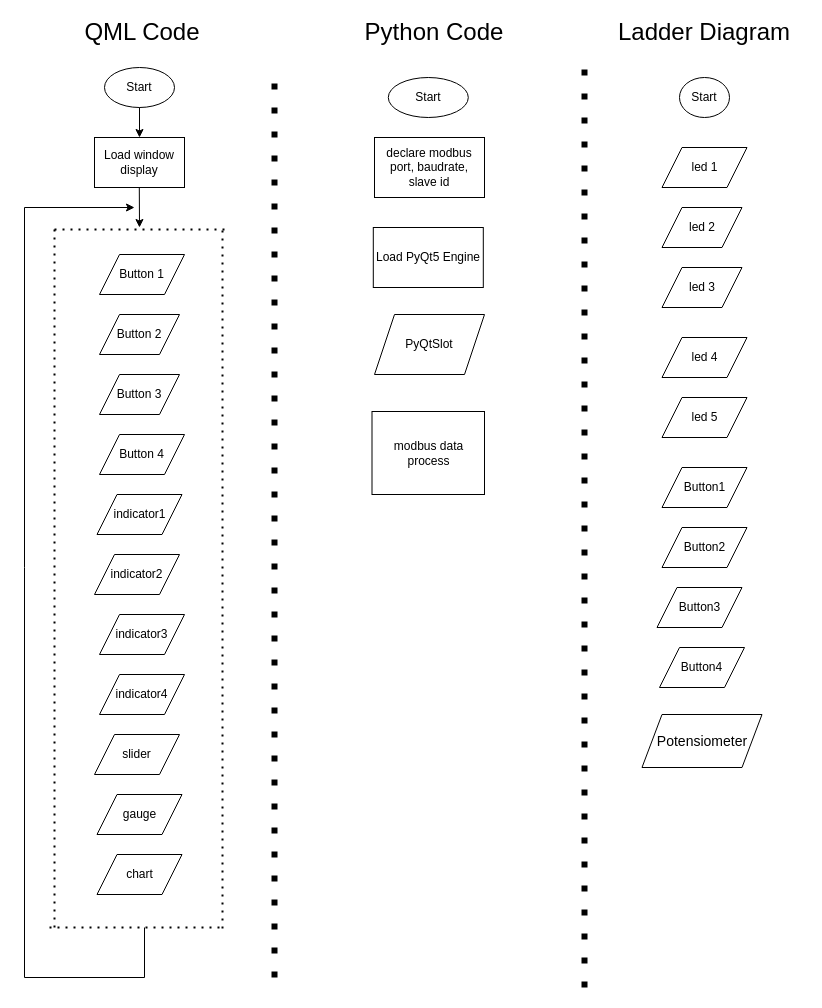
The draw.io diagram Untitled Diagram.drawio in muhammadhusni777/WORKSHOP-MINI-SCADA-PENS, before the edit. Source tidied: cells renumbered, new cells numbered last; positions are measured from the earlier drawing's top-left corner, leaving out a move shared by most shapes. Both pictures are drawn from the tidied source at 100%, with x=0, y=0 at pixel (24, 17).
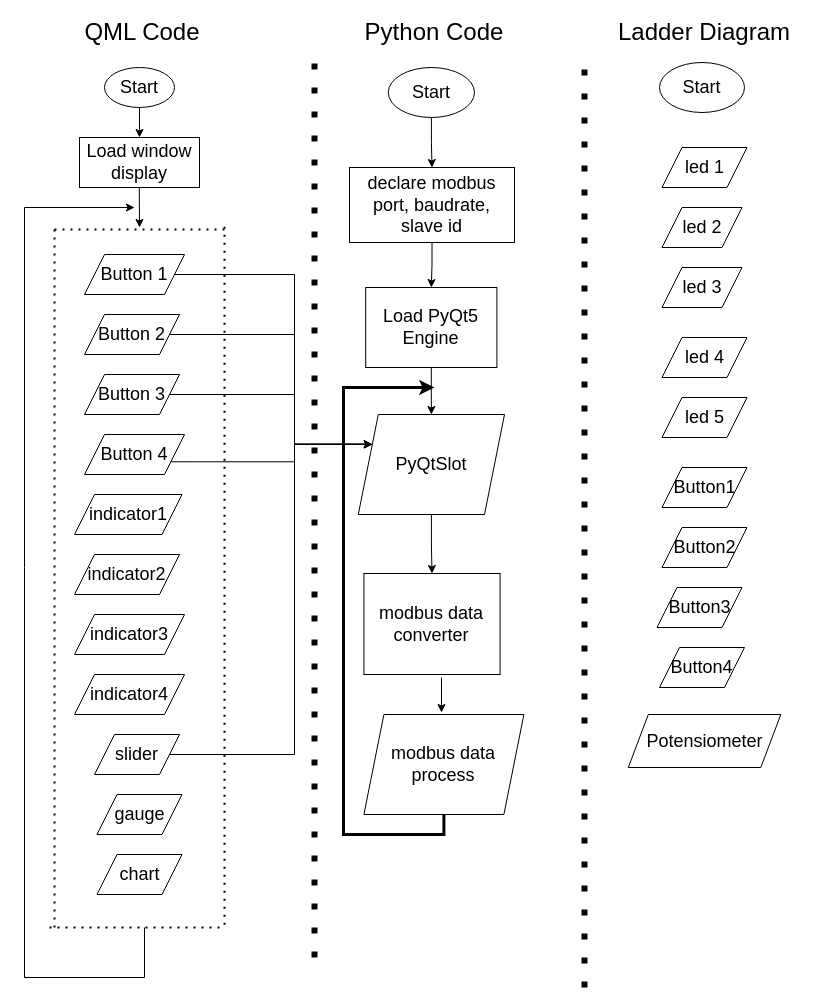
Above is the later version.

The edit, as a diff of the source:
```diff
@@
     <mxCell id="2" style="endArrow=none;dashed=1;html=1;dashPattern=1 3;strokeWidth=6;rounded=0;" parent="1" edge="1">
       <mxGeometry relative="1" as="geometry">
-        <mxPoint x="250" y="960" as="sourcePoint" />
-        <mxPoint x="250" y="50" as="targetPoint" />
+        <mxPoint x="290" y="940" as="sourcePoint" />
+        <mxPoint x="290" y="30" as="targetPoint" />
       </mxGeometry>
     </mxCell>
@@
-    <mxCell id="7" value="Start" style="ellipse;whiteSpace=wrap;html=1;" parent="1" vertex="1">
+    <mxCell id="7" value="&lt;font style=&quot;font-size: 18px;&quot;&gt;Start&lt;/font&gt;" style="ellipse;whiteSpace=wrap;html=1;" parent="1" vertex="1">
       <mxGeometry x="80" y="50" width="70" height="40" as="geometry" />
     </mxCell>
+    <mxCell id="43" style="edgeStyle=orthogonalEdgeStyle;rounded=0;jettySize=auto;html=1;exitX=0.5;exitY=1;exitDx=0;exitDy=0;entryX=0.5;entryY=0;entryDx=0;entryDy=0;" parent="1" edge="1" source="8" target="13">
+      <mxGeometry relative="1" as="geometry" />
+    </mxCell>
-    <mxCell id="8" value="Start" style="ellipse;whiteSpace=wrap;html=1;" parent="1" vertex="1">
-      <mxGeometry x="363.8" y="60" width="80" height="40" as="geometry" />
+    <mxCell id="8" value="&lt;font style=&quot;font-size: 18px;&quot;&gt;Start&lt;/font&gt;" style="ellipse;whiteSpace=wrap;html=1;" parent="1" vertex="1">
+      <mxGeometry x="363.8" y="50" width="86.2" height="50" as="geometry" />
     </mxCell>
-    <mxCell id="9" value="Start" style="ellipse;whiteSpace=wrap;html=1;" parent="1" vertex="1">
-      <mxGeometry x="655" y="60" width="50" height="40" as="geometry" />
+    <mxCell id="9" value="&lt;font style=&quot;font-size: 18px;&quot;&gt;Start&lt;/font&gt;" style="ellipse;whiteSpace=wrap;html=1;" parent="1" vertex="1">
+      <mxGeometry x="635" y="45" width="85" height="50" as="geometry" />
     </mxCell>
+    <mxCell id="44" style="edgeStyle=orthogonalEdgeStyle;rounded=0;jettySize=auto;html=1;exitX=0.5;exitY=1;exitDx=0;exitDy=0;" parent="1" edge="1" source="10" target="14">
+      <mxGeometry relative="1" as="geometry" />
+    </mxCell>
-    <mxCell id="10" value="Load PyQt5 Engine" style="rounded=0;whiteSpace=wrap;html=1;" parent="1" vertex="1">
-      <mxGeometry x="348.8" y="210" width="110" height="60" as="geometry" />
+    <mxCell id="10" value="&lt;font style=&quot;font-size: 18px;&quot;&gt;Load PyQt5 Engine&lt;/font&gt;" style="rounded=0;whiteSpace=wrap;html=1;" parent="1" vertex="1">
+      <mxGeometry x="341.2" y="270" width="131.2" height="80" as="geometry" />
     </mxCell>
-    <mxCell id="11" value="Load window display" style="rounded=0;whiteSpace=wrap;html=1;" parent="1" vertex="1">
-      <mxGeometry x="70" y="120" width="90" height="50" as="geometry" />
+    <mxCell id="11" value="&lt;font style=&quot;font-size: 18px;&quot;&gt;Load window display&lt;/font&gt;" style="rounded=0;whiteSpace=wrap;html=1;" parent="1" vertex="1">
+      <mxGeometry x="55" y="120" width="120" height="50" as="geometry" />
     </mxCell>
-    <mxCell id="12" value="modbus data process" style="rounded=0;whiteSpace=wrap;html=1;" parent="1" vertex="1">
-      <mxGeometry x="347.5" y="394" width="112.5" height="83" as="geometry" />
+    <mxCell id="12" value="&lt;font style=&quot;font-size: 18px;&quot;&gt;modbus data converter&lt;/font&gt;" style="rounded=0;whiteSpace=wrap;html=1;" parent="1" vertex="1">
+      <mxGeometry x="339.4" y="556" width="136.2" height="101" as="geometry" />
     </mxCell>
+    <mxCell id="45" style="edgeStyle=orthogonalEdgeStyle;rounded=0;jettySize=auto;html=1;exitX=0.5;exitY=1;exitDx=0;exitDy=0;entryX=0.5;entryY=0;entryDx=0;entryDy=0;" parent="1" edge="1" source="13" target="10">
+      <mxGeometry relative="1" as="geometry" />
+    </mxCell>
-    <mxCell id="13" value="declare modbus port, baudrate, slave id" style="rounded=0;whiteSpace=wrap;html=1;" parent="1" vertex="1">
-      <mxGeometry x="350" y="120" width="110" height="60" as="geometry" />
+    <mxCell id="13" value="&lt;font style=&quot;font-size: 18px;&quot;&gt;declare modbus port, baudrate, slave id&lt;/font&gt;" style="rounded=0;whiteSpace=wrap;html=1;" parent="1" vertex="1">
+      <mxGeometry x="325" y="150" width="165" height="75" as="geometry" />
     </mxCell>
+    <mxCell id="46" style="edgeStyle=orthogonalEdgeStyle;rounded=0;jettySize=auto;html=1;exitX=0.5;exitY=1;exitDx=0;exitDy=0;entryX=0.5;entryY=0;entryDx=0;entryDy=0;" parent="1" edge="1" source="14" target="12">
+      <mxGeometry relative="1" as="geometry" />
+    </mxCell>
-    <mxCell id="14" value="PyQtSlot" style="shape=parallelogram;perimeter=parallelogramPerimeter;whiteSpace=wrap;html=1;fixedSize=1;" parent="1" vertex="1">
-      <mxGeometry x="350" y="297" width="110" height="60" as="geometry" />
+    <mxCell id="14" value="&lt;font style=&quot;font-size: 18px;&quot;&gt;PyQtSlot&lt;/font&gt;" style="shape=parallelogram;perimeter=parallelogramPerimeter;whiteSpace=wrap;html=1;fixedSize=1;" parent="1" vertex="1">
+      <mxGeometry x="333.8" y="397" width="146.2" height="100" as="geometry" />
     </mxCell>
+    <mxCell id="47" style="edgeStyle=orthogonalEdgeStyle;rounded=0;jettySize=auto;html=1;exitX=1;exitY=0.5;exitDx=0;exitDy=0;entryX=0;entryY=0.25;entryDx=0;entryDy=0;" parent="1" edge="1" source="15" target="14">
+      <mxGeometry relative="1" as="geometry">
+        <Array as="points">
+          <mxPoint x="270" y="257" />
+          <mxPoint x="270" y="427" />
+        </Array>
+      </mxGeometry>
+    </mxCell>
-    <mxCell id="15" value="Button 1" style="shape=parallelogram;perimeter=parallelogramPerimeter;whiteSpace=wrap;html=1;fixedSize=1;" parent="1" vertex="1">
-      <mxGeometry x="75" y="237" width="85" height="40" as="geometry" />
+    <mxCell id="15" value="&lt;font style=&quot;font-size: 18px;&quot;&gt;Button 1&lt;/font&gt;" style="shape=parallelogram;perimeter=parallelogramPerimeter;whiteSpace=wrap;html=1;fixedSize=1;" parent="1" vertex="1">
+      <mxGeometry x="60" y="237" width="100" height="40" as="geometry" />
     </mxCell>
+    <mxCell id="48" style="edgeStyle=orthogonalEdgeStyle;rounded=0;jettySize=auto;html=1;exitX=1;exitY=0.5;exitDx=0;exitDy=0;entryX=0;entryY=0.25;entryDx=0;entryDy=0;" parent="1" edge="1" source="16" target="14">
+      <mxGeometry relative="1" as="geometry">
+        <Array as="points">
+          <mxPoint x="270" y="317" />
+          <mxPoint x="270" y="427" />
+        </Array>
+      </mxGeometry>
+    </mxCell>
-    <mxCell id="16" value="Button 2" style="shape=parallelogram;perimeter=parallelogramPerimeter;whiteSpace=wrap;html=1;fixedSize=1;" parent="1" vertex="1">
-      <mxGeometry x="75" y="297" width="80" height="40" as="geometry" />
+    <mxCell id="16" value="&lt;font style=&quot;font-size: 18px;&quot;&gt;Button 2&lt;/font&gt;" style="shape=parallelogram;perimeter=parallelogramPerimeter;whiteSpace=wrap;html=1;fixedSize=1;" parent="1" vertex="1">
+      <mxGeometry x="60" y="297" width="95" height="40" as="geometry" />
     </mxCell>
+    <mxCell id="49" style="edgeStyle=orthogonalEdgeStyle;rounded=0;jettySize=auto;html=1;exitX=1;exitY=0.5;exitDx=0;exitDy=0;entryX=0;entryY=0.25;entryDx=0;entryDy=0;" parent="1" edge="1" source="17" target="14">
+      <mxGeometry relative="1" as="geometry">
+        <Array as="points">
+          <mxPoint x="270" y="377" />
+          <mxPoint x="270" y="427" />
+        </Array>
+      </mxGeometry>
+    </mxCell>
-    <mxCell id="17" value="Button 3" style="shape=parallelogram;perimeter=parallelogramPerimeter;whiteSpace=wrap;html=1;fixedSize=1;" parent="1" vertex="1">
-      <mxGeometry x="75" y="357" width="80" height="40" as="geometry" />
+    <mxCell id="17" value="&lt;font style=&quot;font-size: 18px;&quot;&gt;Button 3&lt;/font&gt;" style="shape=parallelogram;perimeter=parallelogramPerimeter;whiteSpace=wrap;html=1;fixedSize=1;" parent="1" vertex="1">
+      <mxGeometry x="60" y="357" width="95" height="40" as="geometry" />
     </mxCell>
+    <mxCell id="50" style="edgeStyle=orthogonalEdgeStyle;rounded=0;jettySize=auto;html=1;exitX=1;exitY=0.75;exitDx=0;exitDy=0;entryX=0;entryY=0.25;entryDx=0;entryDy=0;" parent="1" edge="1" source="18" target="14">
+      <mxGeometry relative="1" as="geometry">
+        <Array as="points">
+          <mxPoint x="270" y="444" />
+          <mxPoint x="270" y="427" />
+        </Array>
+      </mxGeometry>
+    </mxCell>
-    <mxCell id="18" value="Button 4" style="shape=parallelogram;perimeter=parallelogramPerimeter;whiteSpace=wrap;html=1;fixedSize=1;" parent="1" vertex="1">
-      <mxGeometry x="75" y="417" width="85" height="40" as="geometry" />
+    <mxCell id="18" value="&lt;font style=&quot;font-size: 18px;&quot;&gt;Button 4&lt;/font&gt;" style="shape=parallelogram;perimeter=parallelogramPerimeter;whiteSpace=wrap;html=1;fixedSize=1;" parent="1" vertex="1">
+      <mxGeometry x="60" y="417" width="100" height="40" as="geometry" />
     </mxCell>
-    <mxCell id="19" value="indicator1" style="shape=parallelogram;perimeter=parallelogramPerimeter;whiteSpace=wrap;html=1;fixedSize=1;" parent="1" vertex="1">
-      <mxGeometry x="72.5" y="477" width="85" height="40" as="geometry" />
+    <mxCell id="19" value="&lt;font style=&quot;font-size: 18px;&quot;&gt;indicator1&lt;/font&gt;" style="shape=parallelogram;perimeter=parallelogramPerimeter;whiteSpace=wrap;html=1;fixedSize=1;" parent="1" vertex="1">
+      <mxGeometry x="50" y="477" width="107.5" height="40" as="geometry" />
     </mxCell>
-    <mxCell id="20" value="indicator2" style="shape=parallelogram;perimeter=parallelogramPerimeter;whiteSpace=wrap;html=1;fixedSize=1;" parent="1" vertex="1">
-      <mxGeometry x="70" y="537" width="85" height="40" as="geometry" />
+    <mxCell id="20" value="&lt;font style=&quot;font-size: 18px;&quot;&gt;indicator2&lt;/font&gt;" style="shape=parallelogram;perimeter=parallelogramPerimeter;whiteSpace=wrap;html=1;fixedSize=1;" parent="1" vertex="1">
+      <mxGeometry x="50" y="537" width="105" height="40" as="geometry" />
     </mxCell>
-    <mxCell id="21" value="indicator3" style="shape=parallelogram;perimeter=parallelogramPerimeter;whiteSpace=wrap;html=1;fixedSize=1;" parent="1" vertex="1">
-      <mxGeometry x="75" y="597" width="85" height="40" as="geometry" />
+    <mxCell id="21" value="&lt;font style=&quot;font-size: 18px;&quot;&gt;indicator3&lt;/font&gt;" style="shape=parallelogram;perimeter=parallelogramPerimeter;whiteSpace=wrap;html=1;fixedSize=1;" parent="1" vertex="1">
+      <mxGeometry x="50" y="597" width="110" height="40" as="geometry" />
     </mxCell>
-    <mxCell id="22" value="indicator4" style="shape=parallelogram;perimeter=parallelogramPerimeter;whiteSpace=wrap;html=1;fixedSize=1;" parent="1" vertex="1">
-      <mxGeometry x="75" y="657" width="85" height="40" as="geometry" />
+    <mxCell id="22" value="&lt;font style=&quot;font-size: 18px;&quot;&gt;indicator4&lt;/font&gt;" style="shape=parallelogram;perimeter=parallelogramPerimeter;whiteSpace=wrap;html=1;fixedSize=1;" parent="1" vertex="1">
+      <mxGeometry x="50" y="657" width="110" height="40" as="geometry" />
     </mxCell>
+    <mxCell id="51" style="edgeStyle=orthogonalEdgeStyle;rounded=0;jettySize=auto;html=1;exitX=1;exitY=0.5;exitDx=0;exitDy=0;entryX=0;entryY=0.25;entryDx=0;entryDy=0;" parent="1" edge="1" source="23" target="14">
+      <mxGeometry relative="1" as="geometry">
+        <Array as="points">
+          <mxPoint x="270" y="737" />
+          <mxPoint x="270" y="427" />
+        </Array>
+      </mxGeometry>
+    </mxCell>
-    <mxCell id="23" value="slider" style="shape=parallelogram;perimeter=parallelogramPerimeter;whiteSpace=wrap;html=1;fixedSize=1;" parent="1" vertex="1">
+    <mxCell id="23" value="&lt;font style=&quot;font-size: 18px;&quot;&gt;slider&lt;/font&gt;" style="shape=parallelogram;perimeter=parallelogramPerimeter;whiteSpace=wrap;html=1;fixedSize=1;" parent="1" vertex="1">
       <mxGeometry x="70" y="717" width="85" height="40" as="geometry" />
     </mxCell>
-    <mxCell id="24" value="gauge" style="shape=parallelogram;perimeter=parallelogramPerimeter;whiteSpace=wrap;html=1;fixedSize=1;" parent="1" vertex="1">
+    <mxCell id="24" value="&lt;font style=&quot;font-size: 18px;&quot;&gt;gauge&lt;/font&gt;" style="shape=parallelogram;perimeter=parallelogramPerimeter;whiteSpace=wrap;html=1;fixedSize=1;" parent="1" vertex="1">
       <mxGeometry x="72.5" y="777" width="85" height="40" as="geometry" />
     </mxCell>
-    <mxCell id="25" value="chart" style="shape=parallelogram;perimeter=parallelogramPerimeter;whiteSpace=wrap;html=1;fixedSize=1;" parent="1" vertex="1">
+    <mxCell id="25" value="&lt;font style=&quot;font-size: 18px;&quot;&gt;chart&lt;/font&gt;" style="shape=parallelogram;perimeter=parallelogramPerimeter;whiteSpace=wrap;html=1;fixedSize=1;" parent="1" vertex="1">
       <mxGeometry x="72.5" y="837" width="85" height="40" as="geometry" />
     </mxCell>
-    <mxCell id="26" value="led 1" style="shape=parallelogram;perimeter=parallelogramPerimeter;whiteSpace=wrap;html=1;fixedSize=1;" parent="1" vertex="1">
+    <mxCell id="26" value="&lt;font style=&quot;font-size: 18px;&quot;&gt;led 1&lt;/font&gt;" style="shape=parallelogram;perimeter=parallelogramPerimeter;whiteSpace=wrap;html=1;fixedSize=1;" parent="1" vertex="1">
       <mxGeometry x="637.5" y="130" width="85" height="40" as="geometry" />
     </mxCell>
-    <mxCell id="27" value="led 2" style="shape=parallelogram;perimeter=parallelogramPerimeter;whiteSpace=wrap;html=1;fixedSize=1;" parent="1" vertex="1">
+    <mxCell id="27" value="&lt;font style=&quot;font-size: 18px;&quot;&gt;led 2&lt;/font&gt;" style="shape=parallelogram;perimeter=parallelogramPerimeter;whiteSpace=wrap;html=1;fixedSize=1;" parent="1" vertex="1">
       <mxGeometry x="637.5" y="190" width="80" height="40" as="geometry" />
     </mxCell>
-    <mxCell id="28" value="led 3" style="shape=parallelogram;perimeter=parallelogramPerimeter;whiteSpace=wrap;html=1;fixedSize=1;" parent="1" vertex="1">
+    <mxCell id="28" value="&lt;font style=&quot;font-size: 18px;&quot;&gt;led 3&lt;/font&gt;" style="shape=parallelogram;perimeter=parallelogramPerimeter;whiteSpace=wrap;html=1;fixedSize=1;" parent="1" vertex="1">
       <mxGeometry x="637.5" y="250" width="80" height="40" as="geometry" />
     </mxCell>
-    <mxCell id="29" value="led 4" style="shape=parallelogram;perimeter=parallelogramPerimeter;whiteSpace=wrap;html=1;fixedSize=1;" parent="1" vertex="1">
+    <mxCell id="29" value="&lt;font style=&quot;font-size: 18px;&quot;&gt;led 4&lt;/font&gt;" style="shape=parallelogram;perimeter=parallelogramPerimeter;whiteSpace=wrap;html=1;fixedSize=1;" parent="1" vertex="1">
       <mxGeometry x="637.5" y="320" width="85" height="40" as="geometry" />
     </mxCell>
@@
     <mxCell id="33" style="endArrow=none;dashed=1;html=1;dashPattern=1 3;strokeWidth=2;rounded=0;" parent="1" edge="1">
       <mxGeometry relative="1" as="geometry">
-        <mxPoint x="198" y="911" as="sourcePoint" />
-        <mxPoint x="198" y="210.4" as="targetPoint" />
+        <mxPoint x="200" y="907.3" as="sourcePoint" />
+        <mxPoint x="200" y="206.7" as="targetPoint" />
       </mxGeometry>
     </mxCell>
@@
-    <mxCell id="37" value="led 5" style="shape=parallelogram;perimeter=parallelogramPerimeter;whiteSpace=wrap;html=1;fixedSize=1;" parent="1" vertex="1">
+    <mxCell id="37" value="&lt;font style=&quot;font-size: 18px;&quot;&gt;led 5&lt;/font&gt;" style="shape=parallelogram;perimeter=parallelogramPerimeter;whiteSpace=wrap;html=1;fixedSize=1;" parent="1" vertex="1">
       <mxGeometry x="637.5" y="380" width="85" height="40" as="geometry" />
     </mxCell>
-    <mxCell id="38" value="Button1" style="shape=parallelogram;perimeter=parallelogramPerimeter;whiteSpace=wrap;html=1;fixedSize=1;" parent="1" vertex="1">
+    <mxCell id="38" value="&lt;font style=&quot;font-size: 18px;&quot;&gt;Button1&lt;/font&gt;" style="shape=parallelogram;perimeter=parallelogramPerimeter;whiteSpace=wrap;html=1;fixedSize=1;" parent="1" vertex="1">
       <mxGeometry x="637.5" y="450" width="85" height="40" as="geometry" />
     </mxCell>
-    <mxCell id="39" value="Button2" style="shape=parallelogram;perimeter=parallelogramPerimeter;whiteSpace=wrap;html=1;fixedSize=1;" parent="1" vertex="1">
+    <mxCell id="39" value="&lt;font style=&quot;font-size: 18px;&quot;&gt;Button2&lt;/font&gt;" style="shape=parallelogram;perimeter=parallelogramPerimeter;whiteSpace=wrap;html=1;fixedSize=1;" parent="1" vertex="1">
       <mxGeometry x="637.5" y="510" width="85" height="40" as="geometry" />
     </mxCell>
-    <mxCell id="40" value="Button3" style="shape=parallelogram;perimeter=parallelogramPerimeter;whiteSpace=wrap;html=1;fixedSize=1;" parent="1" vertex="1">
+    <mxCell id="40" value="&lt;font style=&quot;font-size: 18px;&quot;&gt;Button3&lt;/font&gt;" style="shape=parallelogram;perimeter=parallelogramPerimeter;whiteSpace=wrap;html=1;fixedSize=1;" parent="1" vertex="1">
       <mxGeometry x="632.5" y="570" width="85" height="40" as="geometry" />
     </mxCell>
-    <mxCell id="41" value="Button4" style="shape=parallelogram;perimeter=parallelogramPerimeter;whiteSpace=wrap;html=1;fixedSize=1;" parent="1" vertex="1">
+    <mxCell id="41" value="&lt;font style=&quot;font-size: 18px;&quot;&gt;Button4&lt;/font&gt;" style="shape=parallelogram;perimeter=parallelogramPerimeter;whiteSpace=wrap;html=1;fixedSize=1;" parent="1" vertex="1">
       <mxGeometry x="635" y="630" width="85" height="40" as="geometry" />
     </mxCell>
-    <mxCell id="42" value="&lt;font style=&quot;font-size: 14px;&quot;&gt;Potensiometer&lt;/font&gt;" style="shape=parallelogram;perimeter=parallelogramPerimeter;whiteSpace=wrap;html=1;fixedSize=1;" parent="1" vertex="1">
-      <mxGeometry x="617.5" y="697" width="120" height="53" as="geometry" />
+    <mxCell id="42" value="&lt;font style=&quot;font-size: 18px;&quot;&gt;Potensiometer&lt;/font&gt;" style="shape=parallelogram;perimeter=parallelogramPerimeter;whiteSpace=wrap;html=1;fixedSize=1;" parent="1" vertex="1">
+      <mxGeometry x="603.8" y="697" width="152.5" height="53" as="geometry" />
     </mxCell>
+    <mxCell id="52" style="edgeStyle=orthogonalEdgeStyle;rounded=0;jettySize=auto;html=1;exitX=0.5;exitY=1;exitDx=0;exitDy=0;strokeColor=#000000;strokeWidth=3;" parent="1" edge="1" source="53">
+      <mxGeometry relative="1" as="geometry">
+        <mxPoint x="410" y="370" as="targetPoint" />
+        <Array as="points">
+          <mxPoint x="419" y="817" />
+          <mxPoint x="319" y="817" />
+          <mxPoint x="319" y="370" />
+        </Array>
+      </mxGeometry>
+    </mxCell>
+    <mxCell id="53" value="&lt;font style=&quot;font-size: 18px;&quot;&gt;modbus data process&lt;/font&gt;" style="shape=parallelogram;perimeter=parallelogramPerimeter;whiteSpace=wrap;html=1;fixedSize=1;" parent="1" vertex="1">
+      <mxGeometry x="339.4" y="697" width="160" height="100" as="geometry" />
+    </mxCell>
+    <mxCell id="54" style="edgeStyle=orthogonalEdgeStyle;rounded=0;orthogonalLoop=1;jettySize=auto;html=1;entryX=0.5;entryY=0;entryDx=0;entryDy=0;" parent="1" edge="1">
+      <mxGeometry relative="1" as="geometry">
+        <mxPoint x="417" y="660" as="sourcePoint" />
+        <mxPoint x="417" y="695" as="targetPoint" />
+      </mxGeometry>
+    </mxCell>
```
